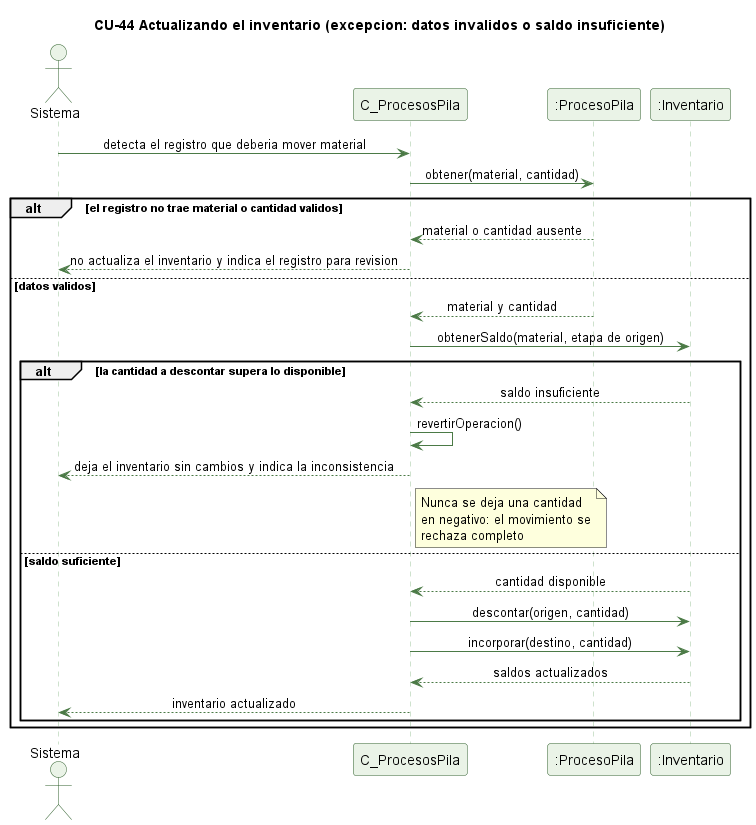
Above: docs/trabajo-grupal/diagramas/secuencias/cu44-inventario-actualizar-excepcion.png in kenjikaese/Triverde (PlantUML), before the change.
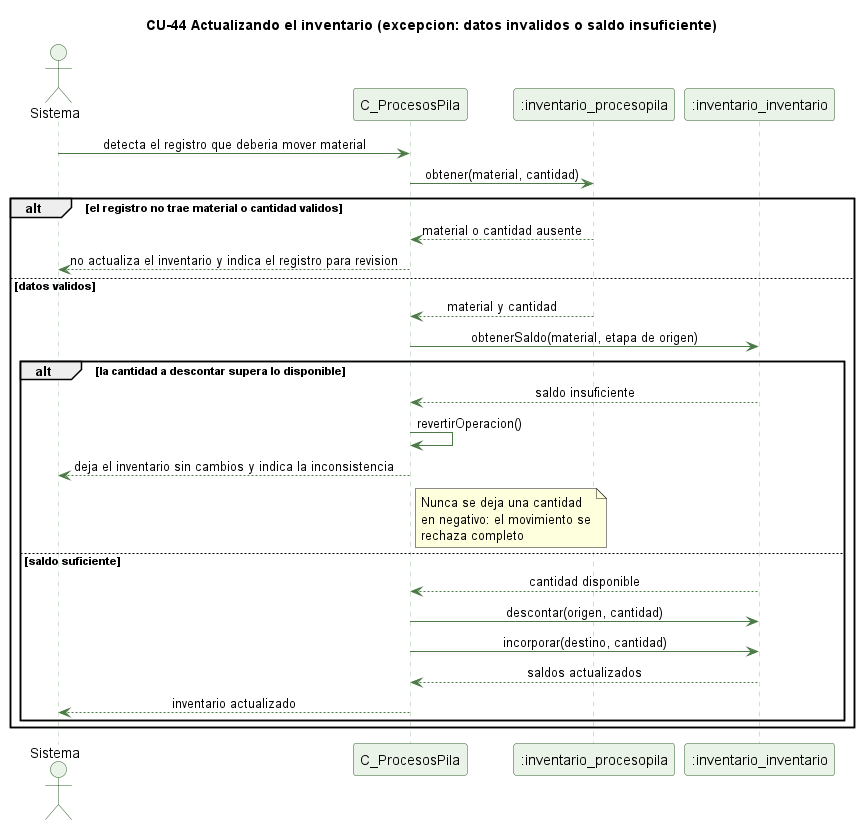
The same diagram one commit later.

What changed in the source:
```diff
@@ -14,8 +14,8 @@
 
 actor Sistema
 participant "C_ProcesosPila" as C
-participant ":ProcesoPila" as PP
-participant ":Inventario" as I
+participant ":inventario_procesopila" as PP
+participant ":inventario_inventario" as I
 
 Sistema -> C : detecta el registro que deberia mover material
 C -> PP : obtener(material, cantidad)
```
